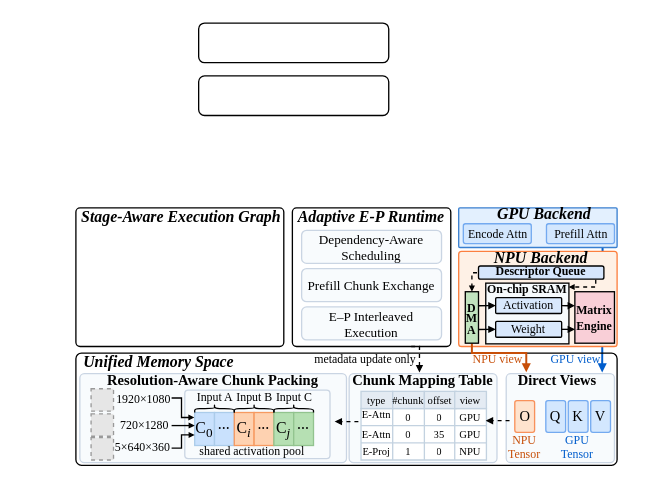
Earlier version of the draw.io diagram figures/design_overview_new.drawio (icszhr/hermes). Source tidied: cells renumbered, new cells numbered last; positions are measured from the earlier drawing's top-left corner, leaving out a move shared by most shapes. Both pictures are drawn from the tidied source at 132%, with x=0, y=0 at pixel (22, 22). Pictures stored in the file or linked from it are replaced by grey dashed boxes.
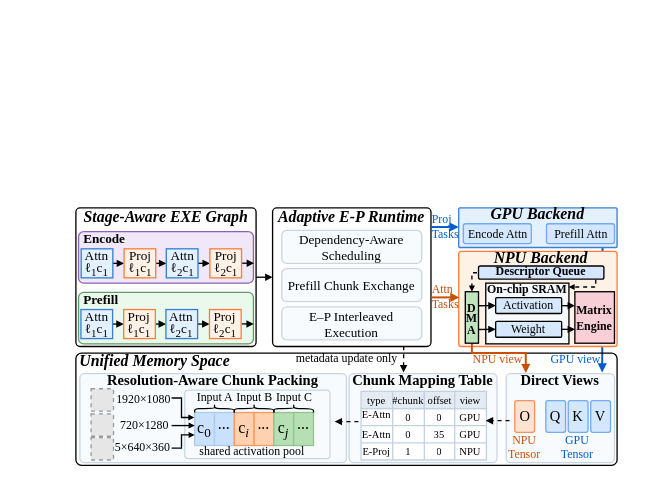
Above is the later version.

Unchanged cells that the change refers to:
```xml
<mxCell id="16" style="rounded=1;whiteSpace=wrap;html=1;arcSize=3;fillColor=light-dark(#e3f0fe, #ededed);strokeColor=light-dark(#387fd0, #ededed);" parent="1" vertex="1">
  <mxGeometry x="330" y="140" width="120" height="30" as="geometry" />
</mxCell>
<mxCell id="39" style="rounded=1;whiteSpace=wrap;html=1;arcSize=5;fillColor=light-dark(#f8fbfd, #ededed);strokeColor=light-dark(#cad5e3, #ededed);" parent="1" vertex="1">
  <mxGeometry x="366" y="265.5" width="82" height="67.5" as="geometry" />
</mxCell>
<mxCell id="40" value="Chunk Mapping Table" style="text;html=1;whiteSpace=wrap;strokeColor=none;fillColor=none;align=center;verticalAlign=middle;rounded=0;fontFamily=Times New Roman;fontStyle=1;fontSize=11;" parent="1" vertex="1">
  <mxGeometry x="248" y="263" width="110" height="15" as="geometry" />
</mxCell>
<mxCell id="77" value="&lt;div style=&quot;line-height: 70%;&quot;&gt;&lt;font face=&quot;Times New Roman&quot; style=&quot;font-size: 9px; line-height: 70%;&quot;&gt;&lt;b&gt;D&lt;/b&gt;&lt;/font&gt;&lt;div&gt;&lt;font face=&quot;Times New Roman&quot; style=&quot;font-size: 9px; line-height: 70%;&quot;&gt;&lt;b&gt;M&lt;/b&gt;&lt;/font&gt;&lt;/div&gt;&lt;div&gt;&lt;font face=&quot;Times New Roman&quot; style=&quot;font-size: 9px; line-height: 70%;&quot;&gt;&lt;b&gt;A&lt;/b&gt;&lt;/font&gt;&lt;/div&gt;&lt;/div&gt;" style="rounded=0;whiteSpace=wrap;html=1;fillColor=light-dark(#c1e3be, #ededed);" parent="1" vertex="1">
  <mxGeometry x="335" y="203.5" width="10" height="39" as="geometry" />
</mxCell>
```

What changed in the source:
```diff
@@
     <mxCell id="5" value="Unified Memory Space" style="text;html=1;whiteSpace=wrap;strokeColor=none;fillColor=none;align=center;verticalAlign=middle;rounded=0;fontFamily=Times New Roman;fontStyle=3;" parent="1" vertex="1">
-      <mxGeometry y="242" width="206" height="30" as="geometry" />
+      <mxGeometry x="40" y="241" width="120" height="30" as="geometry" />
     </mxCell>
@@
+    <mxCell id="95" style="edgeStyle=orthogonalEdgeStyle;rounded=0;jettySize=auto;html=1;exitX=1;exitY=0.5;exitDx=0;exitDy=0;entryX=0;entryY=0.5;entryDx=0;entryDy=0;endSize=3;endArrow=block;endFill=1;" parent="1" edge="1" source="12" target="14">
+      <mxGeometry relative="1" as="geometry" />
+    </mxCell>
     <mxCell id="12" style="rounded=1;whiteSpace=wrap;html=1;arcSize=3;fillColor=none;" parent="1" vertex="1">
-      <mxGeometry x="40" y="140" width="157.5" height="105" as="geometry" />
+      <mxGeometry x="40" y="140" width="136.5" height="105" as="geometry" />
     </mxCell>
-    <mxCell id="13" value="Stage-Aware Execution Graph" style="text;html=1;whiteSpace=wrap;strokeColor=none;fillColor=none;align=center;verticalAlign=middle;rounded=0;fontFamily=Times New Roman;fontStyle=3;" parent="1" vertex="1">
-      <mxGeometry x="17" y="132" width="206" height="30" as="geometry" />
+    <mxCell id="13" value="Stage-Aware EXE Graph" style="text;html=1;whiteSpace=wrap;strokeColor=none;fillColor=none;align=center;verticalAlign=middle;rounded=0;fontFamily=Times New Roman;fontStyle=3;" parent="1" vertex="1">
+      <mxGeometry x="42" y="132" width="132.5" height="30" as="geometry" />
     </mxCell>
     <mxCell id="14" style="rounded=1;whiteSpace=wrap;html=1;arcSize=3;fillColor=none;" parent="1" vertex="1">
-      <mxGeometry x="204" y="140" width="120" height="105" as="geometry" />
+      <mxGeometry x="189" y="140" width="120" height="105" as="geometry" />
     </mxCell>
+    <mxCell id="96" style="edgeStyle=orthogonalEdgeStyle;rounded=0;jettySize=auto;html=1;exitX=1;exitY=0.75;exitDx=0;exitDy=0;entryX=0;entryY=0.5;entryDx=0;entryDy=0;endSize=3;endArrow=block;endFill=1;strokeWidth=1.5;strokeColor=light-dark(#015dcc, #ededed);" parent="1" edge="1" source="15" target="16">
+      <mxGeometry relative="1" as="geometry" />
+    </mxCell>
     <mxCell id="15" value="Adaptive E-P Runtime" style="text;html=1;whiteSpace=wrap;strokeColor=none;fillColor=none;align=center;verticalAlign=middle;rounded=0;fontFamily=Times New Roman;fontStyle=3;" parent="1" vertex="1">
-      <mxGeometry x="204" y="132" width="120" height="30" as="geometry" />
+      <mxGeometry x="189" y="132" width="120" height="30" as="geometry" />
     </mxCell>
@@
     <mxCell id="17" value="GPU Backend" style="text;html=1;whiteSpace=wrap;strokeColor=none;fillColor=none;align=center;verticalAlign=middle;rounded=0;fontFamily=Times New Roman;fontStyle=3;" parent="1" vertex="1">
-      <mxGeometry x="335" y="130" width="120" height="30" as="geometry" />
+      <mxGeometry x="349" y="129.5" width="82" height="30" as="geometry" />
     </mxCell>
@@
-    <mxCell id="22" value="C&lt;sub&gt;0&lt;/sub&gt;" style="rounded=0;whiteSpace=wrap;html=1;fontFamily=Times New Roman;fillColor=light-dark(#c9e1fd, #ededed);strokeColor=light-dark(#abccea, #ededed);" parent="1" vertex="1">
+    <mxCell id="22" value="c&lt;sub&gt;0&lt;/sub&gt;" style="rounded=0;whiteSpace=wrap;html=1;fontFamily=Times New Roman;fillColor=light-dark(#c9e1fd, #ededed);strokeColor=light-dark(#abccea, #ededed);" parent="1" vertex="1">
       <mxGeometry x="130" y="295" width="15" height="25" as="geometry" />
     </mxCell>
@@
-    <mxCell id="24" value="C&lt;sub&gt;&lt;i&gt;i&lt;/i&gt;&lt;/sub&gt;" style="rounded=0;whiteSpace=wrap;html=1;fontFamily=Times New Roman;fillColor=light-dark(#fed2b1, #ededed);strokeColor=light-dark(#f69a61, #ededed);" parent="1" vertex="1">
+    <mxCell id="24" value="c&lt;sub&gt;&lt;i&gt;i&lt;/i&gt;&lt;/sub&gt;" style="rounded=0;whiteSpace=wrap;html=1;fontFamily=Times New Roman;fillColor=light-dark(#fed2b1, #ededed);strokeColor=light-dark(#f69a61, #ededed);" parent="1" vertex="1">
       <mxGeometry x="160" y="295" width="15" height="25" as="geometry" />
     </mxCell>
@@
-    <mxCell id="26" value="C&lt;sub&gt;&lt;i&gt;j&lt;/i&gt;&lt;/sub&gt;" style="rounded=0;whiteSpace=wrap;html=1;fontFamily=Times New Roman;fillColor=light-dark(#b6e0b3, #ededed);strokeColor=light-dark(#92c38f, #ededed);" parent="1" vertex="1">
+    <mxCell id="26" value="c&lt;sub&gt;&lt;i&gt;j&lt;/i&gt;&lt;/sub&gt;" style="rounded=0;whiteSpace=wrap;html=1;fontFamily=Times New Roman;fillColor=light-dark(#b6e0b3, #ededed);strokeColor=light-dark(#92c38f, #ededed);" parent="1" vertex="1">
       <mxGeometry x="190" y="295" width="15" height="25" as="geometry" />
     </mxCell>
@@
     <mxCell id="61" value="Direct Views" style="text;html=1;whiteSpace=wrap;strokeColor=none;fillColor=none;align=center;verticalAlign=middle;rounded=0;fontFamily=Times New Roman;fontStyle=1;fontSize=11;" parent="1" vertex="1">
-      <mxGeometry x="349.5" y="263" width="110" height="15" as="geometry" />
+      <mxGeometry x="370" y="263" width="74" height="15" as="geometry" />
     </mxCell>
-    <mxCell id="62" style="edgeStyle=orthogonalEdgeStyle;rounded=0;jettySize=auto;html=1;exitX=0.75;exitY=1;exitDx=0;exitDy=0;entryX=0.475;entryY=0.114;entryDx=0;entryDy=0;entryPerimeter=0;endArrow=block;endFill=1;endSize=3;dashed=1;" parent="1" edge="1" source="14" target="40">
-      <mxGeometry relative="1" as="geometry" />
+    <mxCell id="62" style="edgeStyle=orthogonalEdgeStyle;rounded=0;jettySize=auto;html=1;entryX=0.475;entryY=0.114;entryDx=0;entryDy=0;entryPerimeter=0;endArrow=block;endFill=1;endSize=3;dashed=1;exitX=0.828;exitY=0.999;exitDx=0;exitDy=0;exitPerimeter=0;" parent="1" edge="1" source="14">
+      <mxGeometry relative="1" as="geometry">
+        <mxPoint x="288.2" y="264.7" as="targetPoint" />
+      </mxGeometry>
     </mxCell>
-    <mxCell id="63" style="rounded=0;jettySize=auto;html=1;exitX=0.5;exitY=1;exitDx=0;exitDy=0;entryX=0.288;entryY=0.104;entryDx=0;entryDy=0;entryPerimeter=0;endSize=3;endArrow=block;endFill=1;strokeWidth=1.5;strokeColor=light-dark(#c74f09, #ededed);edgeStyle=orthogonalEdgeStyle;" parent="1" edge="1" source="77" target="61">
+    <mxCell id="63" style="rounded=0;jettySize=auto;html=1;exitX=0.5;exitY=1;exitDx=0;exitDy=0;entryX=0.181;entryY=-0.006;entryDx=0;entryDy=0;entryPerimeter=0;endSize=3;endArrow=block;endFill=1;strokeWidth=1.5;strokeColor=light-dark(#c74f09, #ededed);edgeStyle=orthogonalEdgeStyle;" parent="1" edge="1" source="77" target="39">
       <mxGeometry relative="1" as="geometry">
         <Array as="points">
           <mxPoint x="340" y="250" />
-          <mxPoint x="381.2" y="250" />
+          <mxPoint x="380.8" y="250" />
         </Array>
       </mxGeometry>
     </mxCell>
     <mxCell id="64" value="metadata update only" style="text;whiteSpace=wrap;html=1;fontSize=9;fontFamily=Times New Roman;" parent="1" vertex="1">
-      <mxGeometry x="219" y="243" width="80" height="15" as="geometry" />
+      <mxGeometry x="205" y="242" width="80" height="15" as="geometry" />
     </mxCell>
@@
     <mxCell id="90" value="Dependency-Aware Scheduling" style="rounded=1;whiteSpace=wrap;html=1;fontFamily=Times New Roman;fontSize=10;fillColor=light-dark(#f8fbfd, #ededed);strokeColor=light-dark(#cad5e3, #ededed);" parent="1" vertex="1">
-      <mxGeometry x="211" y="157" width="106" height="25" as="geometry" />
+      <mxGeometry x="196" y="157" width="106" height="25" as="geometry" />
     </mxCell>
     <mxCell id="91" value="Prefill Chunk Exchange" style="rounded=1;whiteSpace=wrap;html=1;fontFamily=Times New Roman;fontSize=10;fillColor=light-dark(#f8fbfd, #ededed);strokeColor=light-dark(#cad5e3, #ededed);" parent="1" vertex="1">
-      <mxGeometry x="211" y="186" width="106" height="25" as="geometry" />
+      <mxGeometry x="196" y="186" width="106" height="25" as="geometry" />
     </mxCell>
     <mxCell id="92" value="E–P Interleaved Execution" style="rounded=1;whiteSpace=wrap;html=1;fontFamily=Times New Roman;fontSize=10;fillColor=light-dark(#f8fbfd, #ededed);strokeColor=light-dark(#cad5e3, #ededed);" parent="1" vertex="1">
-      <mxGeometry x="211" y="215" width="106" height="25" as="geometry" />
+      <mxGeometry x="196" y="215" width="106" height="25" as="geometry" />
     </mxCell>
-    <mxCell id="93" style="rounded=1;whiteSpace=wrap;html=1;" parent="1" vertex="1">
-      <mxGeometry x="133" width="144" height="30" as="geometry" />
+    <mxCell id="93" style="rounded=1;whiteSpace=wrap;html=1;arcSize=10;fillColor=light-dark(#F0E8F8,#EDEDED);strokeColor=#8B63B5;" parent="1" vertex="1">
+      <mxGeometry x="42" y="158" width="132.5" height="39" as="geometry" />
     </mxCell>
-    <mxCell id="94" style="rounded=1;whiteSpace=wrap;html=1;" parent="1" vertex="1">
-      <mxGeometry x="133" y="40" width="144" height="30" as="geometry" />
+    <mxCell id="94" style="rounded=1;whiteSpace=wrap;html=1;arcSize=10;fillColor=light-dark(#eaf9eb, #ededed);strokeColor=#5F9B62;" parent="1" vertex="1">
+      <mxGeometry x="42" y="204" width="132.5" height="39" as="geometry" />
     </mxCell>
+    <mxCell id="97" style="edgeStyle=orthogonalEdgeStyle;rounded=0;orthogonalLoop=1;jettySize=auto;html=1;exitX=1;exitY=0.75;exitDx=0;exitDy=0;entryX=0.004;entryY=0.638;entryDx=0;entryDy=0;entryPerimeter=0;endSize=3;endArrow=block;endFill=1;strokeWidth=1.5;strokeColor=light-dark(#c74f09, #ededed);" parent="1" edge="1">
+      <mxGeometry relative="1" as="geometry">
+        <mxPoint x="309" y="207.8" as="sourcePoint" />
+        <mxPoint x="330.5" y="207.9" as="targetPoint" />
+      </mxGeometry>
+    </mxCell>
+    <mxCell id="98" value="Attn&lt;div&gt;Tasks&lt;/div&gt;" style="text;whiteSpace=wrap;html=1;fontSize=9;fontFamily=Times New Roman;fontColor=light-dark(#c74f09, #ededed);" parent="1" vertex="1">
+      <mxGeometry x="308" y="190" width="50" height="15" as="geometry" />
+    </mxCell>
+    <mxCell id="99" value="Proj&lt;br&gt;&lt;div&gt;Tasks&lt;/div&gt;" style="text;whiteSpace=wrap;html=1;fontSize=9;fontFamily=Times New Roman;fontColor=light-dark(#015dcc, #ededed);" parent="1" vertex="1">
+      <mxGeometry x="308" y="137" width="50" height="15" as="geometry" />
+    </mxCell>
+    <mxCell id="100" value="&lt;span style=&quot;color: rgb(0, 0, 0); font-family: &amp;quot;Times New Roman&amp;quot;; font-size: 10px; font-style: normal; font-variant-ligatures: normal; font-variant-caps: normal; letter-spacing: normal; orphans: 2; text-align: center; text-indent: 0px; text-transform: none; widows: 2; word-spacing: 0px; -webkit-text-stroke-width: 0px; white-space: normal; text-decoration-thickness: initial; text-decoration-style: initial; text-decoration-color: initial; float: none; display: inline !important;&quot;&gt;Encode&lt;/span&gt;" style="text;whiteSpace=wrap;html=1;labelBackgroundColor=none;fontStyle=1;" parent="1" vertex="1">
+      <mxGeometry x="44" y="149" width="30" height="24" as="geometry" />
+    </mxCell>
+    <mxCell id="101" value="&lt;span style=&quot;color: rgb(0, 0, 0); font-family: &amp;quot;Times New Roman&amp;quot;; font-size: 10px; font-style: normal; font-variant-ligatures: normal; font-variant-caps: normal; letter-spacing: normal; orphans: 2; text-align: center; text-indent: 0px; text-transform: none; widows: 2; word-spacing: 0px; -webkit-text-stroke-width: 0px; white-space: normal; text-decoration-thickness: initial; text-decoration-style: initial; text-decoration-color: initial; float: none; display: inline !important;&quot;&gt;Prefill&lt;/span&gt;" style="text;whiteSpace=wrap;html=1;labelBackgroundColor=none;fontStyle=1;" parent="1" vertex="1">
+      <mxGeometry x="44" y="195" width="30" height="24" as="geometry" />
+    </mxCell>
+    <mxCell id="102" style="rounded=0;jettySize=auto;html=1;entryX=0;entryY=0.5;entryDx=0;entryDy=0;endSize=3;endArrow=block;endFill=1;" parent="1" edge="1" source="103" target="105">
+      <mxGeometry relative="1" as="geometry" />
+    </mxCell>
+    <mxCell id="103" value="&lt;div style=&quot;line-height: 70%;&quot;&gt;&lt;font face=&quot;Times New Roman&quot; style=&quot;font-size: 10px; line-height: 70%;&quot;&gt;Attn&lt;/font&gt;&lt;div&gt;&lt;font face=&quot;Times New Roman&quot; style=&quot;font-size: 10px; line-height: 70%;&quot;&gt;ℓ&lt;sub style=&quot;line-height: 70%;&quot;&gt;1&lt;/sub&gt;c&lt;sub style=&quot;line-height: 70%;&quot;&gt;1&lt;/sub&gt;&lt;/font&gt;&lt;/div&gt;&lt;/div&gt;" style="rounded=0;whiteSpace=wrap;html=1;fillColor=light-dark(#e3f0fe, #ededed);strokeColor=light-dark(#387fd0, #ededed);" parent="1" vertex="1">
+      <mxGeometry x="44" y="171" width="24" height="22" as="geometry" />
+    </mxCell>
+    <mxCell id="104" style="rounded=0;jettySize=auto;html=1;exitX=1;exitY=0.5;exitDx=0;exitDy=0;entryX=0;entryY=0.5;entryDx=0;entryDy=0;endArrow=block;endFill=1;endSize=3;" parent="1" edge="1" source="105" target="107">
+      <mxGeometry relative="1" as="geometry" />
+    </mxCell>
+    <mxCell id="105" value="&lt;div style=&quot;line-height: 70%;&quot;&gt;&lt;font face=&quot;Times New Roman&quot; style=&quot;font-size: 10px; line-height: 70%;&quot;&gt;Proj&lt;/font&gt;&lt;div&gt;&lt;font face=&quot;Times New Roman&quot; style=&quot;font-size: 10px; line-height: 70%;&quot;&gt;ℓ&lt;sub style=&quot;line-height: 70%;&quot;&gt;1&lt;/sub&gt;c&lt;sub style=&quot;line-height: 70%;&quot;&gt;1&lt;/sub&gt;&lt;/font&gt;&lt;/div&gt;&lt;/div&gt;" style="rounded=0;whiteSpace=wrap;html=1;fillColor=light-dark(#fef1e6, #ededed);strokeColor=light-dark(#fc7f3e, #ededed);" parent="1" vertex="1">
+      <mxGeometry x="76.5" y="171" width="24" height="22" as="geometry" />
+    </mxCell>
+    <mxCell id="106" style="rounded=0;jettySize=auto;html=1;entryX=0;entryY=0.5;entryDx=0;entryDy=0;endArrow=block;endFill=1;endSize=3;" parent="1" edge="1" source="107" target="108">
+      <mxGeometry relative="1" as="geometry" />
+    </mxCell>
+    <mxCell id="107" value="&lt;div style=&quot;line-height: 70%;&quot;&gt;&lt;font face=&quot;Times New Roman&quot; style=&quot;font-size: 10px; line-height: 70%;&quot;&gt;Attn&lt;/font&gt;&lt;div&gt;&lt;font face=&quot;Times New Roman&quot; style=&quot;font-size: 10px; line-height: 70%;&quot;&gt;ℓ&lt;sub style=&quot;line-height: 70%;&quot;&gt;2&lt;/sub&gt;c&lt;sub style=&quot;line-height: 70%;&quot;&gt;1&lt;/sub&gt;&lt;/font&gt;&lt;/div&gt;&lt;/div&gt;" style="rounded=0;whiteSpace=wrap;html=1;fillColor=light-dark(#e3f0fe, #ededed);strokeColor=light-dark(#387fd0, #ededed);" parent="1" vertex="1">
+      <mxGeometry x="108.5" y="171" width="24" height="22" as="geometry" />
+    </mxCell>
+    <mxCell id="108" value="&lt;div style=&quot;line-height: 70%;&quot;&gt;&lt;font face=&quot;Times New Roman&quot; style=&quot;font-size: 10px; line-height: 70%;&quot;&gt;Proj&lt;/font&gt;&lt;div&gt;&lt;font face=&quot;Times New Roman&quot; style=&quot;font-size: 10px; line-height: 70%;&quot;&gt;ℓ&lt;sub style=&quot;line-height: 70%;&quot;&gt;2&lt;/sub&gt;c&lt;sub style=&quot;line-height: 70%;&quot;&gt;1&lt;/sub&gt;&lt;/font&gt;&lt;/div&gt;&lt;/div&gt;" style="rounded=0;whiteSpace=wrap;html=1;fillColor=light-dark(#fef1e6, #ededed);strokeColor=light-dark(#fc7f3e, #ededed);" parent="1" vertex="1">
+      <mxGeometry x="141.5" y="171" width="24" height="22" as="geometry" />
+    </mxCell>
+    <mxCell id="109" style="rounded=0;orthogonalLoop=1;jettySize=auto;html=1;entryX=0;entryY=0.5;entryDx=0;entryDy=0;endArrow=block;endFill=1;endSize=3;" parent="1" edge="1">
+      <mxGeometry relative="1" as="geometry">
+        <mxPoint x="166" y="181.9" as="sourcePoint" />
+        <mxPoint x="175" y="181.9" as="targetPoint" />
+      </mxGeometry>
+    </mxCell>
+    <mxCell id="110" style="rounded=0;jettySize=auto;html=1;entryX=0;entryY=0.5;entryDx=0;entryDy=0;endSize=3;endArrow=block;endFill=1;" parent="1" edge="1" source="111" target="113">
+      <mxGeometry relative="1" as="geometry" />
+    </mxCell>
+    <mxCell id="111" value="&lt;div style=&quot;line-height: 70%;&quot;&gt;&lt;font face=&quot;Times New Roman&quot; style=&quot;font-size: 10px; line-height: 70%;&quot;&gt;Attn&lt;/font&gt;&lt;div&gt;&lt;font face=&quot;Times New Roman&quot; style=&quot;font-size: 10px; line-height: 70%;&quot;&gt;ℓ&lt;sub style=&quot;line-height: 70%;&quot;&gt;1&lt;/sub&gt;c&lt;sub style=&quot;line-height: 70%;&quot;&gt;1&lt;/sub&gt;&lt;/font&gt;&lt;/div&gt;&lt;/div&gt;" style="rounded=0;whiteSpace=wrap;html=1;fillColor=light-dark(#e3f0fe, #ededed);strokeColor=light-dark(#387fd0, #ededed);" parent="1" vertex="1">
+      <mxGeometry x="43.8" y="217" width="24" height="22" as="geometry" />
+    </mxCell>
+    <mxCell id="112" style="rounded=0;jettySize=auto;html=1;exitX=1;exitY=0.5;exitDx=0;exitDy=0;entryX=0;entryY=0.5;entryDx=0;entryDy=0;endArrow=block;endFill=1;endSize=3;" parent="1" edge="1" source="113" target="115">
+      <mxGeometry relative="1" as="geometry" />
+    </mxCell>
+    <mxCell id="113" value="&lt;div style=&quot;line-height: 70%;&quot;&gt;&lt;font face=&quot;Times New Roman&quot; style=&quot;font-size: 10px; line-height: 70%;&quot;&gt;Proj&lt;/font&gt;&lt;div&gt;&lt;font face=&quot;Times New Roman&quot; style=&quot;font-size: 10px; line-height: 70%;&quot;&gt;ℓ&lt;sub style=&quot;line-height: 70%;&quot;&gt;1&lt;/sub&gt;c&lt;sub style=&quot;line-height: 70%;&quot;&gt;1&lt;/sub&gt;&lt;/font&gt;&lt;/div&gt;&lt;/div&gt;" style="rounded=0;whiteSpace=wrap;html=1;fillColor=light-dark(#fef1e6, #ededed);strokeColor=light-dark(#fc7f3e, #ededed);" parent="1" vertex="1">
+      <mxGeometry x="76.2" y="217" width="24" height="22" as="geometry" />
+    </mxCell>
+    <mxCell id="114" style="rounded=0;jettySize=auto;html=1;entryX=0;entryY=0.5;entryDx=0;entryDy=0;endArrow=block;endFill=1;endSize=3;" parent="1" edge="1" source="115" target="116">
+      <mxGeometry relative="1" as="geometry" />
+    </mxCell>
+    <mxCell id="115" value="&lt;div style=&quot;line-height: 70%;&quot;&gt;&lt;font face=&quot;Times New Roman&quot; style=&quot;font-size: 10px; line-height: 70%;&quot;&gt;Attn&lt;/font&gt;&lt;div&gt;&lt;font face=&quot;Times New Roman&quot; style=&quot;font-size: 10px; line-height: 70%;&quot;&gt;ℓ&lt;sub style=&quot;line-height: 70%;&quot;&gt;2&lt;/sub&gt;c&lt;sub style=&quot;line-height: 70%;&quot;&gt;1&lt;/sub&gt;&lt;/font&gt;&lt;/div&gt;&lt;/div&gt;" style="rounded=0;whiteSpace=wrap;html=1;fillColor=light-dark(#e3f0fe, #ededed);strokeColor=light-dark(#387fd0, #ededed);" parent="1" vertex="1">
+      <mxGeometry x="108.2" y="217" width="24" height="22" as="geometry" />
+    </mxCell>
+    <mxCell id="116" value="&lt;div style=&quot;line-height: 70%;&quot;&gt;&lt;font face=&quot;Times New Roman&quot; style=&quot;font-size: 10px; line-height: 70%;&quot;&gt;Proj&lt;/font&gt;&lt;div&gt;&lt;font face=&quot;Times New Roman&quot; style=&quot;font-size: 10px; line-height: 70%;&quot;&gt;ℓ&lt;sub style=&quot;line-height: 70%;&quot;&gt;2&lt;/sub&gt;c&lt;sub style=&quot;line-height: 70%;&quot;&gt;1&lt;/sub&gt;&lt;/font&gt;&lt;/div&gt;&lt;/div&gt;" style="rounded=0;whiteSpace=wrap;html=1;fillColor=light-dark(#fef1e6, #ededed);strokeColor=light-dark(#fc7f3e, #ededed);" parent="1" vertex="1">
+      <mxGeometry x="141.2" y="217" width="24" height="22" as="geometry" />
+    </mxCell>
+    <mxCell id="117" style="rounded=0;orthogonalLoop=1;jettySize=auto;html=1;entryX=0;entryY=0.5;entryDx=0;entryDy=0;endArrow=block;endFill=1;endSize=3;" parent="1" edge="1">
+      <mxGeometry relative="1" as="geometry">
+        <mxPoint x="165.8" y="227.9" as="sourcePoint" />
+        <mxPoint x="174.8" y="227.9" as="targetPoint" />
+      </mxGeometry>
+    </mxCell>
```
